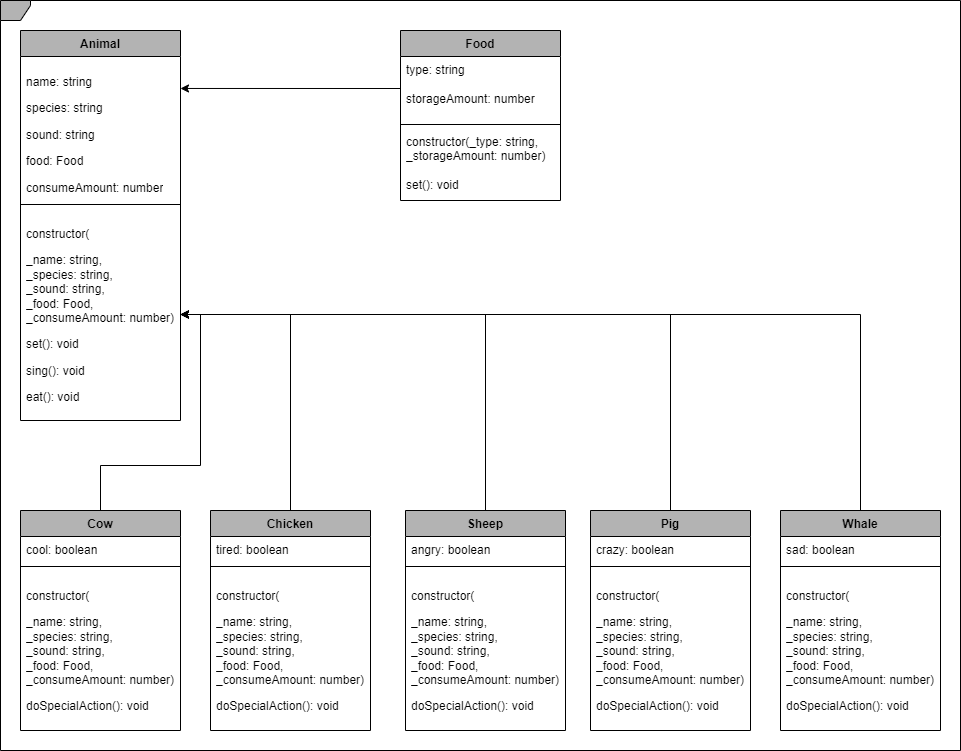
The draw.io diagram AnimalFarm/Concept/AnimalClasses.drawio.png in JNiqua/Code-2, before a commit. Source tidied: cells renumbered, new cells last; positions are measured from the earlier drawing's top-left corner, leaving out a move shared by most shapes.
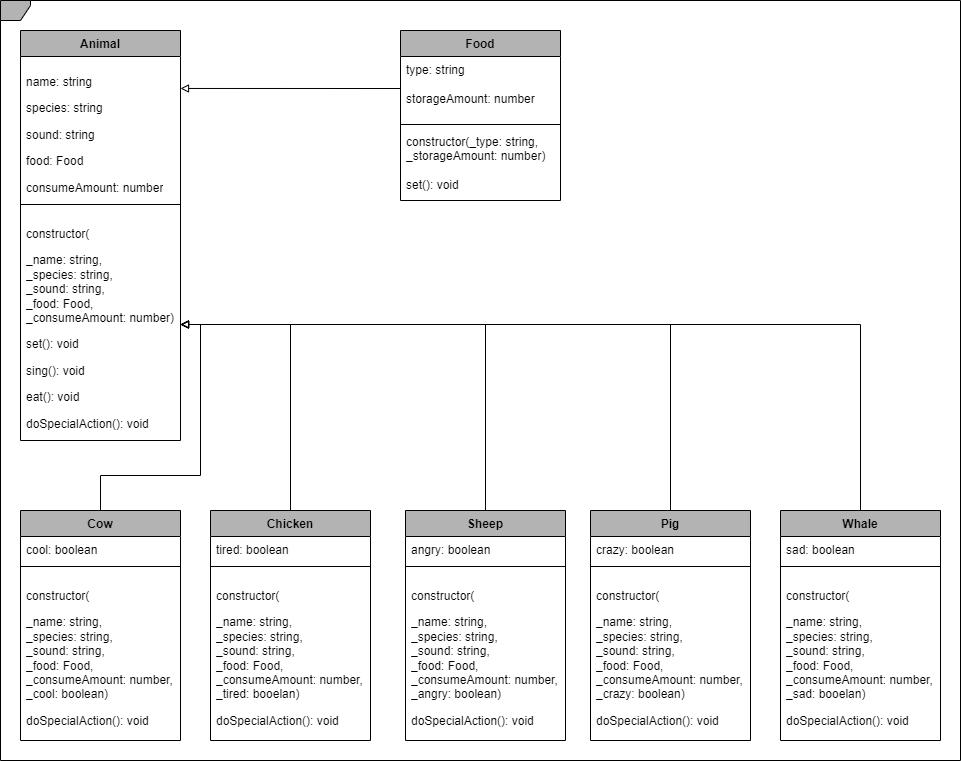
After the change.

What changed in the source:
```diff
@@ -5,6 +5,6 @@
     <mxCell id="2" style="shape=umlFrame;whiteSpace=wrap;html=1;width=30;strokeColor=#000000;align=center;verticalAlign=top;swimlaneFillColor=#FFFFFF;fontFamily=Helvetica;fontSize=12;fontColor=#000000;fontStyle=1;fillColor=#B3B3B3;height=20;" parent="1" vertex="1">
-      <mxGeometry width="960" height="750" as="geometry" />
+      <mxGeometry width="960" height="760" as="geometry" />
     </mxCell>
     <mxCell id="3" value="Animal" style="swimlane;fontStyle=1;align=center;verticalAlign=top;horizontal=1;startSize=26;whiteSpace=wrap;html=1;fontColor=#000000;strokeColor=#000000;swimlaneFillColor=#FFFFFF;fillColor=#B3B3B3;" parent="2" vertex="1">
-      <mxGeometry x="20" y="30" width="160" height="390" as="geometry" />
+      <mxGeometry x="20" y="30" width="160" height="410" as="geometry" />
     </mxCell>
@@ -16,6 +16,6 @@
     </mxCell>
-    <mxCell id="6" value="&lt;p&gt;constructor(&lt;/p&gt;&lt;p&gt;&lt;span style=&quot;background-color: initial;&quot;&gt;_&lt;/span&gt;&lt;span style=&quot;background-color: initial;&quot;&gt;name: string,&amp;nbsp; &amp;nbsp; &amp;nbsp; &amp;nbsp; &amp;nbsp; _&lt;/span&gt;&lt;span style=&quot;background-color: initial;&quot;&gt;species: string,&amp;nbsp; &amp;nbsp; &amp;nbsp; &amp;nbsp; &amp;nbsp; _&lt;/span&gt;&lt;span style=&quot;background-color: initial;&quot;&gt;sound: string,&amp;nbsp; &amp;nbsp; &amp;nbsp; &amp;nbsp; &amp;nbsp; &amp;nbsp; &amp;nbsp; _&lt;/span&gt;&lt;span style=&quot;background-color: initial;&quot;&gt;food: Food, _&lt;/span&gt;&lt;span style=&quot;background-color: initial;&quot;&gt;consumeAmount: number)&lt;/span&gt;&lt;/p&gt;&lt;p&gt;set(): void&lt;/p&gt;&lt;p&gt;&lt;/p&gt;&lt;p&gt;sing(): void&lt;/p&gt;&lt;p&gt;&lt;/p&gt;&lt;p&gt;eat(): void&lt;/p&gt;" style="text;strokeColor=none;fillColor=none;align=left;verticalAlign=top;spacingLeft=4;spacingRight=4;overflow=hidden;points=[[0,0.5],[1,0.5]];portConstraint=eastwest;whiteSpace=wrap;html=1;fontColor=#000000;" parent="3" vertex="1">
-      <mxGeometry y="178" width="160" height="212" as="geometry" />
+    <mxCell id="6" value="&lt;p&gt;constructor(&lt;/p&gt;&lt;p&gt;&lt;span style=&quot;background-color: initial;&quot;&gt;_&lt;/span&gt;&lt;span style=&quot;background-color: initial;&quot;&gt;name: string,&amp;nbsp; &amp;nbsp; &amp;nbsp; &amp;nbsp; &amp;nbsp; _&lt;/span&gt;&lt;span style=&quot;background-color: initial;&quot;&gt;species: string,&amp;nbsp; &amp;nbsp; &amp;nbsp; &amp;nbsp; &amp;nbsp; _&lt;/span&gt;&lt;span style=&quot;background-color: initial;&quot;&gt;sound: string,&amp;nbsp; &amp;nbsp; &amp;nbsp; &amp;nbsp; &amp;nbsp; &amp;nbsp; &amp;nbsp; _&lt;/span&gt;&lt;span style=&quot;background-color: initial;&quot;&gt;food: Food, _&lt;/span&gt;&lt;span style=&quot;background-color: initial;&quot;&gt;consumeAmount: number)&lt;/span&gt;&lt;/p&gt;&lt;p&gt;set(): void&lt;/p&gt;&lt;p&gt;&lt;/p&gt;&lt;p&gt;sing(): void&lt;/p&gt;&lt;p&gt;&lt;/p&gt;&lt;p&gt;eat(): void&lt;/p&gt;&lt;p&gt;doSpecialAction(): void&lt;/p&gt;" style="text;strokeColor=none;fillColor=none;align=left;verticalAlign=top;spacingLeft=4;spacingRight=4;overflow=hidden;points=[[0,0.5],[1,0.5]];portConstraint=eastwest;whiteSpace=wrap;html=1;fontColor=#000000;" parent="3" vertex="1">
+      <mxGeometry y="178" width="160" height="232" as="geometry" />
     </mxCell>
-    <mxCell id="7" style="edgeStyle=orthogonalEdgeStyle;shape=connector;rounded=0;jettySize=auto;html=1;exitX=0.5;exitY=0;exitDx=0;exitDy=0;entryX=1;entryY=0.5;entryDx=0;entryDy=0;strokeColor=#000000;align=center;verticalAlign=middle;fontFamily=Helvetica;fontSize=12;fontColor=#000000;fontStyle=1;labelBackgroundColor=default;endArrow=classic;" parent="2" edge="1" source="8" target="6">
+    <mxCell id="7" style="edgeStyle=orthogonalEdgeStyle;shape=connector;rounded=0;jettySize=auto;html=1;exitX=0.5;exitY=0;exitDx=0;exitDy=0;entryX=1;entryY=0.5;entryDx=0;entryDy=0;strokeColor=#000000;align=center;verticalAlign=middle;fontFamily=Helvetica;fontSize=12;fontColor=#000000;fontStyle=1;labelBackgroundColor=default;endArrow=block;endFill=0;" parent="2" edge="1" source="8" target="6">
       <mxGeometry relative="1" as="geometry" />
@@ -23,3 +23,3 @@
     <mxCell id="8" value="Cow" style="swimlane;fontStyle=1;align=center;verticalAlign=top;horizontal=1;startSize=26;whiteSpace=wrap;html=1;strokeColor=#000000;swimlaneFillColor=#FFFFFF;fontFamily=Helvetica;fontSize=12;fontColor=#000000;fillColor=#B3B3B3;" parent="2" vertex="1">
-      <mxGeometry x="20" y="510" width="160" height="220" as="geometry" />
+      <mxGeometry x="20" y="510" width="160" height="230" as="geometry" />
     </mxCell>
@@ -31,6 +31,6 @@
     </mxCell>
-    <mxCell id="11" value="&lt;div&gt;&lt;p&gt;constructor(&lt;/p&gt;&lt;p&gt;&lt;span style=&quot;background-color: initial;&quot;&gt;_&lt;/span&gt;&lt;span style=&quot;background-color: initial;&quot;&gt;name: string,&amp;nbsp; &amp;nbsp; &amp;nbsp; &amp;nbsp; &amp;nbsp; _&lt;/span&gt;&lt;span style=&quot;background-color: initial;&quot;&gt;species: string,&amp;nbsp; &amp;nbsp; &amp;nbsp; &amp;nbsp; &amp;nbsp; _&lt;/span&gt;&lt;span style=&quot;background-color: initial;&quot;&gt;sound: string,&amp;nbsp; &amp;nbsp; &amp;nbsp; &amp;nbsp; &amp;nbsp; &amp;nbsp; &amp;nbsp; _&lt;/span&gt;&lt;span style=&quot;background-color: initial;&quot;&gt;food: Food, _&lt;/span&gt;&lt;span style=&quot;background-color: initial;&quot;&gt;consumeAmount: number)&lt;/span&gt;&lt;/p&gt;&lt;/div&gt;doSpecialAction(): void" style="text;strokeColor=none;fillColor=none;align=left;verticalAlign=top;spacingLeft=4;spacingRight=4;overflow=hidden;whiteSpace=wrap;html=1;fontFamily=Helvetica;fontSize=12;fontColor=#000000;fontStyle=0;" parent="8" vertex="1">
-      <mxGeometry y="60" width="160" height="160" as="geometry" />
+    <mxCell id="11" value="&lt;div&gt;&lt;p&gt;constructor(&lt;/p&gt;&lt;p&gt;&lt;span style=&quot;background-color: initial;&quot;&gt;_&lt;/span&gt;&lt;span style=&quot;background-color: initial;&quot;&gt;name: string,&amp;nbsp; &amp;nbsp; &amp;nbsp; &amp;nbsp; &amp;nbsp; _&lt;/span&gt;&lt;span style=&quot;background-color: initial;&quot;&gt;species: string,&amp;nbsp; &amp;nbsp; &amp;nbsp; &amp;nbsp; &amp;nbsp; _&lt;/span&gt;&lt;span style=&quot;background-color: initial;&quot;&gt;sound: string,&amp;nbsp; &amp;nbsp; &amp;nbsp; &amp;nbsp; &amp;nbsp; &amp;nbsp; &amp;nbsp; _&lt;/span&gt;&lt;span style=&quot;background-color: initial;&quot;&gt;food: Food, _&lt;/span&gt;&lt;span style=&quot;background-color: initial;&quot;&gt;consumeAmount: number, _cool: boolean&lt;/span&gt;&lt;span style=&quot;background-color: initial;&quot;&gt;)&lt;/span&gt;&lt;/p&gt;&lt;/div&gt;doSpecialAction(): void" style="text;strokeColor=none;fillColor=none;align=left;verticalAlign=top;spacingLeft=4;spacingRight=4;overflow=hidden;whiteSpace=wrap;html=1;fontFamily=Helvetica;fontSize=12;fontColor=#000000;fontStyle=0;" parent="8" vertex="1">
+      <mxGeometry y="60" width="160" height="170" as="geometry" />
     </mxCell>
-    <mxCell id="12" style="edgeStyle=orthogonalEdgeStyle;shape=connector;rounded=0;jettySize=auto;html=1;exitX=0.5;exitY=0;exitDx=0;exitDy=0;entryX=1;entryY=0.5;entryDx=0;entryDy=0;strokeColor=#000000;align=center;verticalAlign=middle;fontFamily=Helvetica;fontSize=12;fontColor=#000000;fontStyle=1;labelBackgroundColor=default;endArrow=classic;" parent="2" edge="1" source="13" target="6">
+    <mxCell id="12" style="edgeStyle=orthogonalEdgeStyle;shape=connector;rounded=0;jettySize=auto;html=1;exitX=0.5;exitY=0;exitDx=0;exitDy=0;entryX=1;entryY=0.5;entryDx=0;entryDy=0;strokeColor=#000000;align=center;verticalAlign=middle;fontFamily=Helvetica;fontSize=12;fontColor=#000000;fontStyle=1;labelBackgroundColor=default;endArrow=block;endFill=0;" parent="2" edge="1" source="13" target="6">
       <mxGeometry relative="1" as="geometry" />
@@ -38,3 +38,3 @@
     <mxCell id="13" value="Chicken" style="swimlane;fontStyle=1;align=center;verticalAlign=top;horizontal=1;startSize=26;whiteSpace=wrap;html=1;strokeColor=#000000;swimlaneFillColor=#FFFFFF;fontFamily=Helvetica;fontSize=12;fontColor=#000000;fillColor=#B3B3B3;" parent="2" vertex="1">
-      <mxGeometry x="210" y="510" width="160" height="220" as="geometry" />
+      <mxGeometry x="210" y="510" width="160" height="230" as="geometry" />
     </mxCell>
@@ -46,6 +46,6 @@
     </mxCell>
-    <mxCell id="16" value="&lt;div&gt;&lt;p&gt;constructor(&lt;/p&gt;&lt;p&gt;&lt;span style=&quot;background-color: initial;&quot;&gt;_&lt;/span&gt;&lt;span style=&quot;background-color: initial;&quot;&gt;name: string,&amp;nbsp; &amp;nbsp; &amp;nbsp; &amp;nbsp; &amp;nbsp; _&lt;/span&gt;&lt;span style=&quot;background-color: initial;&quot;&gt;species: string,&amp;nbsp; &amp;nbsp; &amp;nbsp; &amp;nbsp; &amp;nbsp; _&lt;/span&gt;&lt;span style=&quot;background-color: initial;&quot;&gt;sound: string,&amp;nbsp; &amp;nbsp; &amp;nbsp; &amp;nbsp; &amp;nbsp; &amp;nbsp; &amp;nbsp; _&lt;/span&gt;&lt;span style=&quot;background-color: initial;&quot;&gt;food: Food, _&lt;/span&gt;&lt;span style=&quot;background-color: initial;&quot;&gt;consumeAmount: number)&lt;/span&gt;&lt;/p&gt;&lt;/div&gt;doSpecialAction(): void" style="text;strokeColor=none;fillColor=none;align=left;verticalAlign=top;spacingLeft=4;spacingRight=4;overflow=hidden;whiteSpace=wrap;html=1;fontFamily=Helvetica;fontSize=12;fontColor=#000000;fontStyle=0;" parent="13" vertex="1">
-      <mxGeometry y="60" width="160" height="160" as="geometry" />
+    <mxCell id="16" value="&lt;div&gt;&lt;p&gt;constructor(&lt;/p&gt;&lt;p&gt;&lt;span style=&quot;background-color: initial;&quot;&gt;_&lt;/span&gt;&lt;span style=&quot;background-color: initial;&quot;&gt;name: string,&amp;nbsp; &amp;nbsp; &amp;nbsp; &amp;nbsp; &amp;nbsp; _&lt;/span&gt;&lt;span style=&quot;background-color: initial;&quot;&gt;species: string,&amp;nbsp; &amp;nbsp; &amp;nbsp; &amp;nbsp; &amp;nbsp; _&lt;/span&gt;&lt;span style=&quot;background-color: initial;&quot;&gt;sound: string,&amp;nbsp; &amp;nbsp; &amp;nbsp; &amp;nbsp; &amp;nbsp; &amp;nbsp; &amp;nbsp; _&lt;/span&gt;&lt;span style=&quot;background-color: initial;&quot;&gt;food: Food, _&lt;/span&gt;&lt;span style=&quot;background-color: initial;&quot;&gt;consumeAmount: number, _tired: booelan)&lt;/span&gt;&lt;/p&gt;&lt;/div&gt;doSpecialAction(): void" style="text;strokeColor=none;fillColor=none;align=left;verticalAlign=top;spacingLeft=4;spacingRight=4;overflow=hidden;whiteSpace=wrap;html=1;fontFamily=Helvetica;fontSize=12;fontColor=#000000;fontStyle=0;" parent="13" vertex="1">
+      <mxGeometry y="60" width="160" height="170" as="geometry" />
     </mxCell>
-    <mxCell id="17" style="edgeStyle=orthogonalEdgeStyle;shape=connector;rounded=0;jettySize=auto;html=1;exitX=0.5;exitY=0;exitDx=0;exitDy=0;strokeColor=#000000;align=center;verticalAlign=middle;fontFamily=Helvetica;fontSize=12;fontColor=#000000;fontStyle=1;labelBackgroundColor=default;endArrow=classic;" parent="2" edge="1" source="18" target="6">
+    <mxCell id="17" style="edgeStyle=orthogonalEdgeStyle;shape=connector;rounded=0;jettySize=auto;html=1;exitX=0.5;exitY=0;exitDx=0;exitDy=0;strokeColor=#000000;align=center;verticalAlign=middle;fontFamily=Helvetica;fontSize=12;fontColor=#000000;fontStyle=1;labelBackgroundColor=default;endArrow=block;endFill=0;" parent="2" edge="1" source="18" target="6">
       <mxGeometry relative="1" as="geometry" />
@@ -53,3 +53,3 @@
     <mxCell id="18" value="Whale" style="swimlane;fontStyle=1;align=center;verticalAlign=top;horizontal=1;startSize=26;whiteSpace=wrap;html=1;strokeColor=#000000;swimlaneFillColor=#FFFFFF;fontFamily=Helvetica;fontSize=12;fontColor=#000000;fillColor=#B3B3B3;" parent="2" vertex="1">
-      <mxGeometry x="780" y="510" width="160" height="220" as="geometry" />
+      <mxGeometry x="780" y="510" width="160" height="230" as="geometry" />
     </mxCell>
@@ -61,6 +61,6 @@
     </mxCell>
-    <mxCell id="21" value="&lt;div&gt;&lt;p&gt;constructor(&lt;/p&gt;&lt;p&gt;&lt;span style=&quot;background-color: initial;&quot;&gt;_&lt;/span&gt;&lt;span style=&quot;background-color: initial;&quot;&gt;name: string,&amp;nbsp; &amp;nbsp; &amp;nbsp; &amp;nbsp; &amp;nbsp; _&lt;/span&gt;&lt;span style=&quot;background-color: initial;&quot;&gt;species: string,&amp;nbsp; &amp;nbsp; &amp;nbsp; &amp;nbsp; &amp;nbsp; _&lt;/span&gt;&lt;span style=&quot;background-color: initial;&quot;&gt;sound: string,&amp;nbsp; &amp;nbsp; &amp;nbsp; &amp;nbsp; &amp;nbsp; &amp;nbsp; &amp;nbsp; _&lt;/span&gt;&lt;span style=&quot;background-color: initial;&quot;&gt;food: Food, _&lt;/span&gt;&lt;span style=&quot;background-color: initial;&quot;&gt;consumeAmount: number)&lt;/span&gt;&lt;/p&gt;&lt;/div&gt;doSpecialAction(): void" style="text;strokeColor=none;fillColor=none;align=left;verticalAlign=top;spacingLeft=4;spacingRight=4;overflow=hidden;whiteSpace=wrap;html=1;fontFamily=Helvetica;fontSize=12;fontColor=#000000;fontStyle=0;" parent="18" vertex="1">
-      <mxGeometry y="60" width="160" height="160" as="geometry" />
+    <mxCell id="21" value="&lt;div&gt;&lt;p&gt;constructor(&lt;/p&gt;&lt;p&gt;&lt;span style=&quot;background-color: initial;&quot;&gt;_&lt;/span&gt;&lt;span style=&quot;background-color: initial;&quot;&gt;name: string,&amp;nbsp; &amp;nbsp; &amp;nbsp; &amp;nbsp; &amp;nbsp; _&lt;/span&gt;&lt;span style=&quot;background-color: initial;&quot;&gt;species: string,&amp;nbsp; &amp;nbsp; &amp;nbsp; &amp;nbsp; &amp;nbsp; _&lt;/span&gt;&lt;span style=&quot;background-color: initial;&quot;&gt;sound: string,&amp;nbsp; &amp;nbsp; &amp;nbsp; &amp;nbsp; &amp;nbsp; &amp;nbsp; &amp;nbsp; _&lt;/span&gt;&lt;span style=&quot;background-color: initial;&quot;&gt;food: Food, _&lt;/span&gt;&lt;span style=&quot;background-color: initial;&quot;&gt;consumeAmount: number, _sad: booelan)&lt;/span&gt;&lt;/p&gt;&lt;/div&gt;doSpecialAction(): void" style="text;strokeColor=none;fillColor=none;align=left;verticalAlign=top;spacingLeft=4;spacingRight=4;overflow=hidden;whiteSpace=wrap;html=1;fontFamily=Helvetica;fontSize=12;fontColor=#000000;fontStyle=0;" parent="18" vertex="1">
+      <mxGeometry y="60" width="160" height="170" as="geometry" />
     </mxCell>
-    <mxCell id="22" style="edgeStyle=orthogonalEdgeStyle;shape=connector;rounded=0;jettySize=auto;html=1;exitX=0.5;exitY=0;exitDx=0;exitDy=0;strokeColor=#000000;align=center;verticalAlign=middle;fontFamily=Helvetica;fontSize=12;fontColor=#000000;fontStyle=1;labelBackgroundColor=default;endArrow=classic;" parent="2" edge="1" source="23" target="6">
+    <mxCell id="22" style="edgeStyle=orthogonalEdgeStyle;shape=connector;rounded=0;jettySize=auto;html=1;exitX=0.5;exitY=0;exitDx=0;exitDy=0;strokeColor=#000000;align=center;verticalAlign=middle;fontFamily=Helvetica;fontSize=12;fontColor=#000000;fontStyle=1;labelBackgroundColor=default;endArrow=block;endFill=0;" parent="2" edge="1" source="23" target="6">
       <mxGeometry relative="1" as="geometry" />
@@ -68,3 +68,3 @@
     <mxCell id="23" value="Pig" style="swimlane;fontStyle=1;align=center;verticalAlign=top;horizontal=1;startSize=26;whiteSpace=wrap;html=1;strokeColor=#000000;swimlaneFillColor=#FFFFFF;fontFamily=Helvetica;fontSize=12;fontColor=#000000;fillColor=#B3B3B3;" parent="2" vertex="1">
-      <mxGeometry x="590" y="510" width="160" height="220" as="geometry" />
+      <mxGeometry x="590" y="510" width="160" height="230" as="geometry" />
     </mxCell>
@@ -76,6 +76,6 @@
     </mxCell>
-    <mxCell id="26" value="&lt;div&gt;&lt;p&gt;constructor(&lt;/p&gt;&lt;p&gt;&lt;span style=&quot;background-color: initial;&quot;&gt;_&lt;/span&gt;&lt;span style=&quot;background-color: initial;&quot;&gt;name: string,&amp;nbsp; &amp;nbsp; &amp;nbsp; &amp;nbsp; &amp;nbsp; _&lt;/span&gt;&lt;span style=&quot;background-color: initial;&quot;&gt;species: string,&amp;nbsp; &amp;nbsp; &amp;nbsp; &amp;nbsp; &amp;nbsp; _&lt;/span&gt;&lt;span style=&quot;background-color: initial;&quot;&gt;sound: string,&amp;nbsp; &amp;nbsp; &amp;nbsp; &amp;nbsp; &amp;nbsp; &amp;nbsp; &amp;nbsp; _&lt;/span&gt;&lt;span style=&quot;background-color: initial;&quot;&gt;food: Food, _&lt;/span&gt;&lt;span style=&quot;background-color: initial;&quot;&gt;consumeAmount: number)&lt;/span&gt;&lt;/p&gt;&lt;/div&gt;doSpecialAction(): void" style="text;strokeColor=none;fillColor=none;align=left;verticalAlign=top;spacingLeft=4;spacingRight=4;overflow=hidden;whiteSpace=wrap;html=1;fontFamily=Helvetica;fontSize=12;fontColor=#000000;fontStyle=0;" parent="23" vertex="1">
-      <mxGeometry y="60" width="160" height="160" as="geometry" />
+    <mxCell id="26" value="&lt;div&gt;&lt;p&gt;constructor(&lt;/p&gt;&lt;p&gt;&lt;span style=&quot;background-color: initial;&quot;&gt;_&lt;/span&gt;&lt;span style=&quot;background-color: initial;&quot;&gt;name: string,&amp;nbsp; &amp;nbsp; &amp;nbsp; &amp;nbsp; &amp;nbsp; _&lt;/span&gt;&lt;span style=&quot;background-color: initial;&quot;&gt;species: string,&amp;nbsp; &amp;nbsp; &amp;nbsp; &amp;nbsp; &amp;nbsp; _&lt;/span&gt;&lt;span style=&quot;background-color: initial;&quot;&gt;sound: string,&amp;nbsp; &amp;nbsp; &amp;nbsp; &amp;nbsp; &amp;nbsp; &amp;nbsp; &amp;nbsp; _&lt;/span&gt;&lt;span style=&quot;background-color: initial;&quot;&gt;food: Food, _&lt;/span&gt;&lt;span style=&quot;background-color: initial;&quot;&gt;consumeAmount: number, _crazy: boolean)&lt;/span&gt;&lt;/p&gt;&lt;/div&gt;doSpecialAction(): void" style="text;strokeColor=none;fillColor=none;align=left;verticalAlign=top;spacingLeft=4;spacingRight=4;overflow=hidden;whiteSpace=wrap;html=1;fontFamily=Helvetica;fontSize=12;fontColor=#000000;fontStyle=0;" parent="23" vertex="1">
+      <mxGeometry y="60" width="160" height="170" as="geometry" />
     </mxCell>
-    <mxCell id="27" style="edgeStyle=orthogonalEdgeStyle;shape=connector;rounded=0;jettySize=auto;html=1;exitX=0.5;exitY=0;exitDx=0;exitDy=0;strokeColor=#000000;align=center;verticalAlign=middle;fontFamily=Helvetica;fontSize=12;fontColor=#000000;fontStyle=1;labelBackgroundColor=default;endArrow=classic;" parent="2" edge="1" source="28" target="6">
+    <mxCell id="27" style="edgeStyle=orthogonalEdgeStyle;shape=connector;rounded=0;jettySize=auto;html=1;exitX=0.5;exitY=0;exitDx=0;exitDy=0;strokeColor=#000000;align=center;verticalAlign=middle;fontFamily=Helvetica;fontSize=12;fontColor=#000000;fontStyle=1;labelBackgroundColor=default;endArrow=block;endFill=0;" parent="2" edge="1" source="28" target="6">
       <mxGeometry relative="1" as="geometry" />
@@ -83,3 +83,3 @@
     <mxCell id="28" value="Sheep" style="swimlane;fontStyle=1;align=center;verticalAlign=top;horizontal=1;startSize=26;whiteSpace=wrap;html=1;strokeColor=#000000;swimlaneFillColor=#FFFFFF;fontFamily=Helvetica;fontSize=12;fontColor=#000000;fillColor=#B3B3B3;" parent="2" vertex="1">
-      <mxGeometry x="405" y="510" width="160" height="220" as="geometry" />
+      <mxGeometry x="405" y="510" width="160" height="230" as="geometry" />
     </mxCell>
@@ -91,4 +91,4 @@
     </mxCell>
-    <mxCell id="31" value="&lt;div&gt;&lt;p&gt;constructor(&lt;/p&gt;&lt;p&gt;&lt;span style=&quot;background-color: initial;&quot;&gt;_&lt;/span&gt;&lt;span style=&quot;background-color: initial;&quot;&gt;name: string,&amp;nbsp; &amp;nbsp; &amp;nbsp; &amp;nbsp; &amp;nbsp; _&lt;/span&gt;&lt;span style=&quot;background-color: initial;&quot;&gt;species: string,&amp;nbsp; &amp;nbsp; &amp;nbsp; &amp;nbsp; &amp;nbsp; _&lt;/span&gt;&lt;span style=&quot;background-color: initial;&quot;&gt;sound: string,&amp;nbsp; &amp;nbsp; &amp;nbsp; &amp;nbsp; &amp;nbsp; &amp;nbsp; &amp;nbsp; _&lt;/span&gt;&lt;span style=&quot;background-color: initial;&quot;&gt;food: Food, _&lt;/span&gt;&lt;span style=&quot;background-color: initial;&quot;&gt;consumeAmount: number)&lt;/span&gt;&lt;/p&gt;&lt;/div&gt;doSpecialAction(): void" style="text;strokeColor=none;fillColor=none;align=left;verticalAlign=top;spacingLeft=4;spacingRight=4;overflow=hidden;whiteSpace=wrap;html=1;fontFamily=Helvetica;fontSize=12;fontColor=#000000;fontStyle=0;" parent="28" vertex="1">
-      <mxGeometry y="60" width="160" height="160" as="geometry" />
+    <mxCell id="31" value="&lt;div&gt;&lt;p&gt;constructor(&lt;/p&gt;&lt;p&gt;&lt;span style=&quot;background-color: initial;&quot;&gt;_&lt;/span&gt;&lt;span style=&quot;background-color: initial;&quot;&gt;name: string,&amp;nbsp; &amp;nbsp; &amp;nbsp; &amp;nbsp; &amp;nbsp; _&lt;/span&gt;&lt;span style=&quot;background-color: initial;&quot;&gt;species: string,&amp;nbsp; &amp;nbsp; &amp;nbsp; &amp;nbsp; &amp;nbsp; _&lt;/span&gt;&lt;span style=&quot;background-color: initial;&quot;&gt;sound: string,&amp;nbsp; &amp;nbsp; &amp;nbsp; &amp;nbsp; &amp;nbsp; &amp;nbsp; &amp;nbsp; _&lt;/span&gt;&lt;span style=&quot;background-color: initial;&quot;&gt;food: Food, _&lt;/span&gt;&lt;span style=&quot;background-color: initial;&quot;&gt;consumeAmount: number, _angry: boolean)&lt;/span&gt;&lt;/p&gt;&lt;/div&gt;doSpecialAction(): void" style="text;strokeColor=none;fillColor=none;align=left;verticalAlign=top;spacingLeft=4;spacingRight=4;overflow=hidden;whiteSpace=wrap;html=1;fontFamily=Helvetica;fontSize=12;fontColor=#000000;fontStyle=0;" parent="28" vertex="1">
+      <mxGeometry y="60" width="160" height="170" as="geometry" />
     </mxCell>
@@ -106,3 +106,3 @@
     </mxCell>
-    <mxCell id="36" style="edgeStyle=orthogonalEdgeStyle;shape=connector;rounded=0;jettySize=auto;html=1;exitX=0;exitY=0.5;exitDx=0;exitDy=0;entryX=1;entryY=0.222;entryDx=0;entryDy=0;entryPerimeter=0;strokeColor=#000000;align=center;verticalAlign=middle;fontFamily=Helvetica;fontSize=12;fontColor=#000000;fontStyle=1;labelBackgroundColor=default;endArrow=classic;" parent="2" edge="1" source="33" target="4">
+    <mxCell id="36" style="edgeStyle=orthogonalEdgeStyle;shape=connector;rounded=0;jettySize=auto;html=1;exitX=0;exitY=0.5;exitDx=0;exitDy=0;entryX=1;entryY=0.222;entryDx=0;entryDy=0;entryPerimeter=0;strokeColor=#000000;align=center;verticalAlign=middle;fontFamily=Helvetica;fontSize=12;fontColor=#000000;fontStyle=1;labelBackgroundColor=default;endArrow=block;endFill=0;" parent="2" edge="1" source="33" target="4">
       <mxGeometry relative="1" as="geometry" />
```
